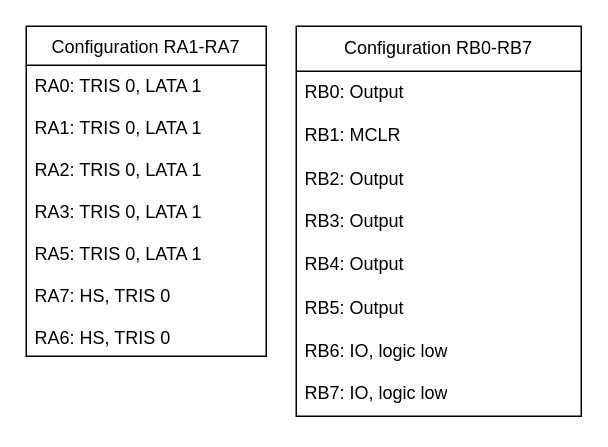
Before: PIC Code/Untitled Diagram.drawio in ljulbrich/signal-generator-pcb, a draw.io diagram. Source tidied: cells renumbered, new cells numbered last; positions are measured from the earlier drawing's top-left corner, leaving out a move shared by most shapes. Both pictures are drawn from the tidied source at 150%, with x=0, y=0 at pixel (26, 26).
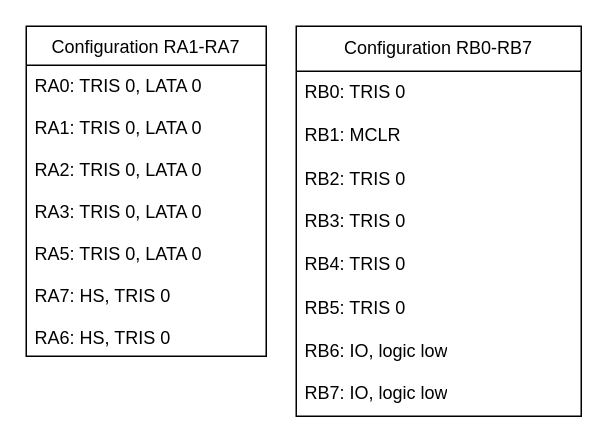
Above is the later version.

Change to the diagram source:
```diff
@@
 <mxGraphModel>
   <root>
     <mxCell id="0" />
     <mxCell id="1" parent="0" />
     <mxCell id="2" value="Configuration RA1-RA7" style="swimlane;fontStyle=0;align=center;verticalAlign=top;horizontal=1;startSize=26;rounded=0;shadow=0;strokeWidth=1;" parent="1" vertex="1">
       <mxGeometry width="160" height="220" as="geometry" />
     </mxCell>
-    <mxCell id="3" value="RA0: TRIS 0, LATA 1&#10;&#10;RA1: TRIS 0, LATA 1&#10;&#10;RA2: TRIS 0, LATA 1&#10;&#10;RA3: TRIS 0, LATA 1&#10;&#10;RA5: TRIS 0, LATA 1&#10;&#10;RA7: HS, TRIS 0&#10;&#10;RA6: HS, TRIS 0" style="text;align=left;verticalAlign=top;spacingLeft=4;spacingRight=4;overflow=hidden;rounded=0;shadow=0;html=0;" parent="2" vertex="1">
+    <mxCell id="3" value="RA0: TRIS 0, LATA 0&#10;&#10;RA1: TRIS 0, LATA 0&#10;&#10;RA2: TRIS 0, LATA 0&#10;&#10;RA3: TRIS 0, LATA 0&#10;&#10;RA5: TRIS 0, LATA 0&#10;&#10;RA7: HS, TRIS 0&#10;&#10;RA6: HS, TRIS 0" style="text;align=left;verticalAlign=top;spacingLeft=4;spacingRight=4;overflow=hidden;rounded=0;shadow=0;html=0;" parent="2" vertex="1">
       <mxGeometry y="26" width="160" height="194" as="geometry" />
     </mxCell>
     <mxCell id="4" value="Configuration RB0-RB7" style="swimlane;fontStyle=0;horizontal=1;startSize=30;whiteSpace=wrap;html=1;" parent="1" vertex="1">
       <mxGeometry x="180" width="190" height="260" as="geometry" />
     </mxCell>
-    <mxCell id="5" value="&lt;div&gt;RB0: Output&lt;/div&gt;&lt;div&gt;&lt;br&gt;&lt;/div&gt;&lt;div&gt;RB1: MCLR&lt;/div&gt;&lt;div&gt;&lt;br&gt;&lt;/div&gt;&lt;div&gt;RB2: Output&lt;/div&gt;&lt;div&gt;&lt;br&gt;&lt;/div&gt;&lt;div&gt;RB3: Output&lt;/div&gt;&lt;div&gt;&lt;br&gt;&lt;/div&gt;&lt;div&gt;RB4: Output&lt;/div&gt;&lt;div&gt;&lt;br&gt;&lt;/div&gt;&lt;div&gt;RB5: Output&lt;/div&gt;&lt;div&gt;&lt;br&gt;&lt;/div&gt;&lt;div&gt;RB6: IO, logic low&lt;/div&gt;&lt;div&gt;&lt;br&gt;&lt;/div&gt;&lt;div&gt;RB7: IO, logic low&lt;/div&gt;" style="text;strokeColor=none;fillColor=none;align=left;verticalAlign=top;spacingLeft=4;spacingRight=4;overflow=hidden;whiteSpace=wrap;html=1;" parent="4" vertex="1">
+    <mxCell id="5" value="&lt;div&gt;RB0: TRIS 0&lt;/div&gt;&lt;div&gt;&lt;br&gt;&lt;/div&gt;&lt;div&gt;RB1: MCLR&lt;/div&gt;&lt;div&gt;&lt;br&gt;&lt;/div&gt;&lt;div&gt;RB2: TRIS 0&lt;/div&gt;&lt;div&gt;&lt;br&gt;&lt;/div&gt;&lt;div&gt;RB3: TRIS 0&lt;/div&gt;&lt;div&gt;&lt;br&gt;&lt;/div&gt;&lt;div&gt;RB4: TRIS 0&lt;/div&gt;&lt;div&gt;&lt;br&gt;&lt;/div&gt;&lt;div&gt;RB5: TRIS 0&lt;/div&gt;&lt;div&gt;&lt;br&gt;&lt;/div&gt;&lt;div&gt;RB6: IO, logic low&lt;/div&gt;&lt;div&gt;&lt;br&gt;&lt;/div&gt;&lt;div&gt;RB7: IO, logic low&lt;/div&gt;" style="text;strokeColor=none;fillColor=none;align=left;verticalAlign=top;spacingLeft=4;spacingRight=4;overflow=hidden;whiteSpace=wrap;html=1;" parent="4" vertex="1">
       <mxGeometry y="30" width="190" height="230" as="geometry" />
     </mxCell>
   </root>
 </mxGraphModel>
```
